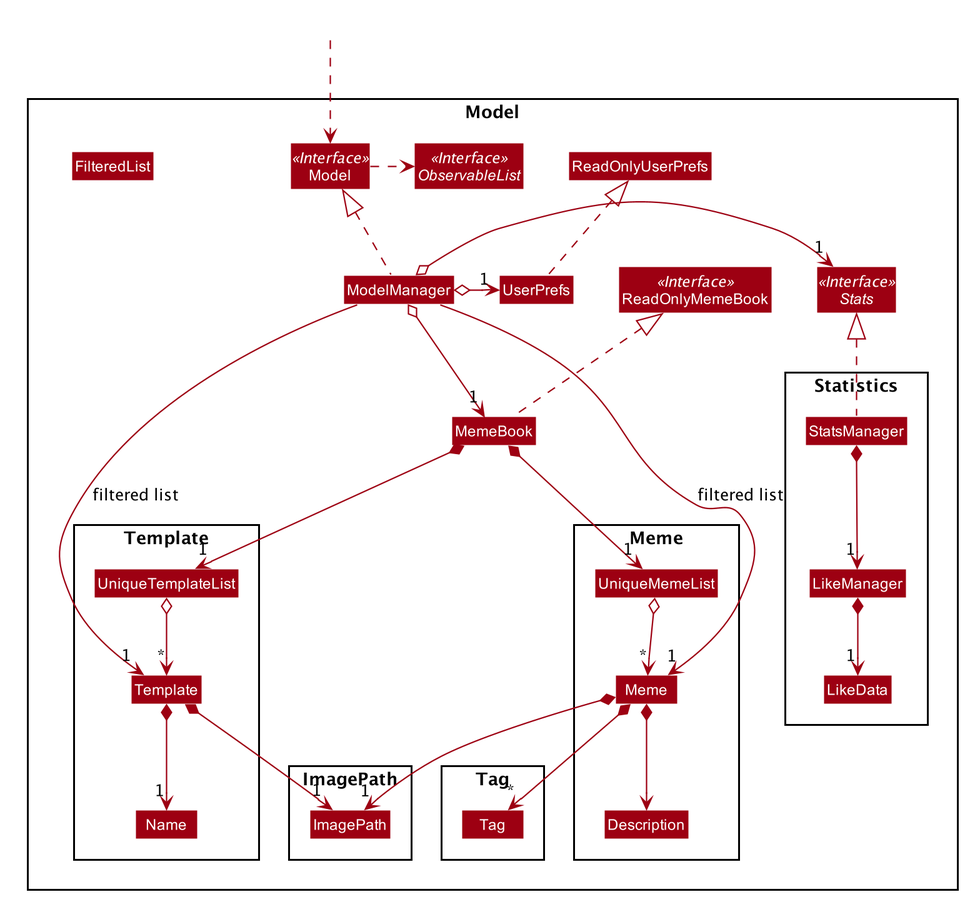
Earlier version of the PlantUML export docs/images/ModelClassDiagram.png (nus-cs2103-AY1920S1/addressbook-level3).
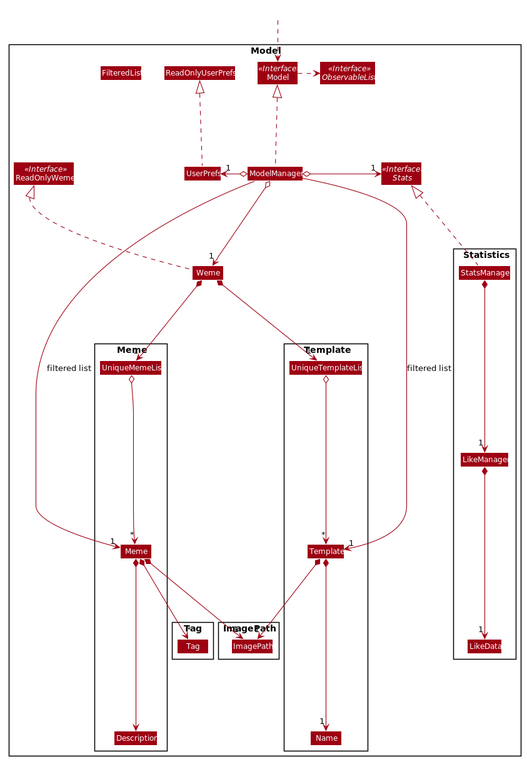
Above is the later version.

What changed in the source:
```diff
@@ -52,12 +52,12 @@
 skinparam classBackgroundColor #9D0012
 
 Package Model <<Rectangle>>{
-Interface ReadOnlyMemeBook <<Interface>>
+Interface ReadOnlyWeme <<Interface>>
 Interface Model <<Interface>>
 Interface ObservableList <<Interface>>
 Interface Stats <<Interface>>
-Class MemeBook
-Class ReadOnlyMemeBook
+Class Weme
+Class ReadOnlyWeme
 Class Model
 Class ModelManager
 Class UserPrefs
@@ -94,22 +94,22 @@
 Class HiddenOutside #FFFFFF
 HiddenOutside ..> Model
 
-MemeBook .up.|> ReadOnlyMemeBook
+Weme .up.|> ReadOnlyWeme
 
 ModelManager .up.|> Model
 Model .right.> ObservableList
-ModelManager o--> "1" MemeBook
+ModelManager o--> "1" Weme
 ModelManager o-left-> "1" UserPrefs
 ModelManager o-right-> "1" Stats
 UserPrefs .up.|> ReadOnlyUserPrefs
 
-MemeBook *--> "1" UniqueMemeList
+Weme *--> "1" UniqueMemeList
 UniqueMemeList o--> "*" Meme
 Meme *--> "1" ImagePath
 Meme *--> Description
 Meme *--> "*" Tag
 
-MemeBook *--> "1" UniqueTemplateList
+Weme *--> "1" UniqueTemplateList
 UniqueTemplateList o--> "*" Template
 Template *--> "1" Name
 Template *--> "1" ImagePath
```
